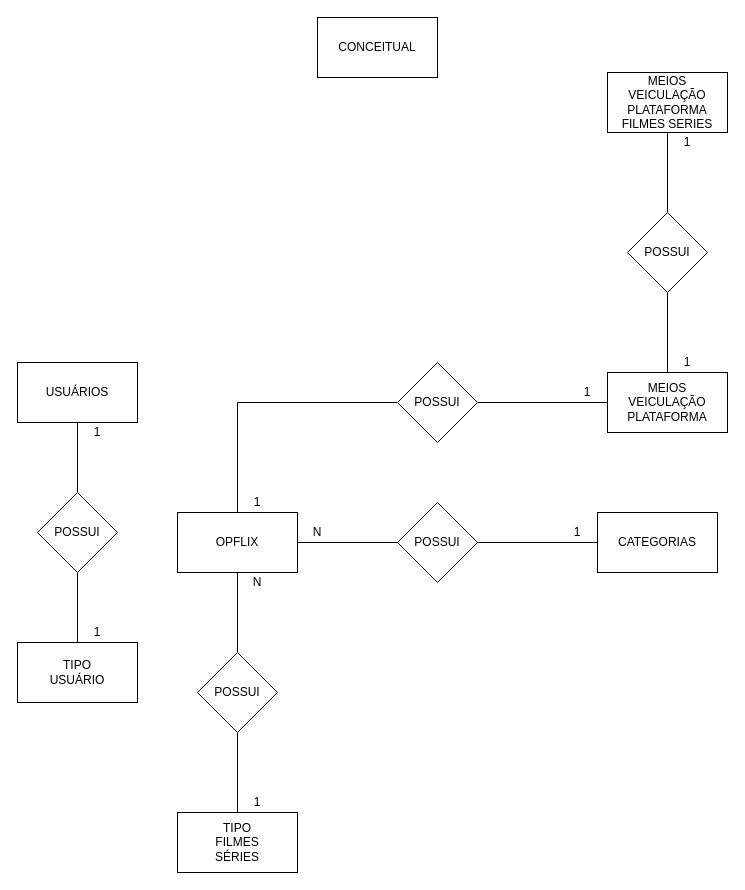
Earlier version of the draw.io diagram page "Conceitual" (1 of 2) of OpFlixBD/Modelagem-OpFlix.drawio (brunohesilva/2s2019-sprint-1-bd-OpFlix). Source tidied: cells renumbered, new cells numbered last; positions are measured from the earlier drawing's top-left corner, leaving out a move shared by most shapes. Both pictures are drawn from the tidied source at 100%, with x=0, y=0 at pixel (17, 17).
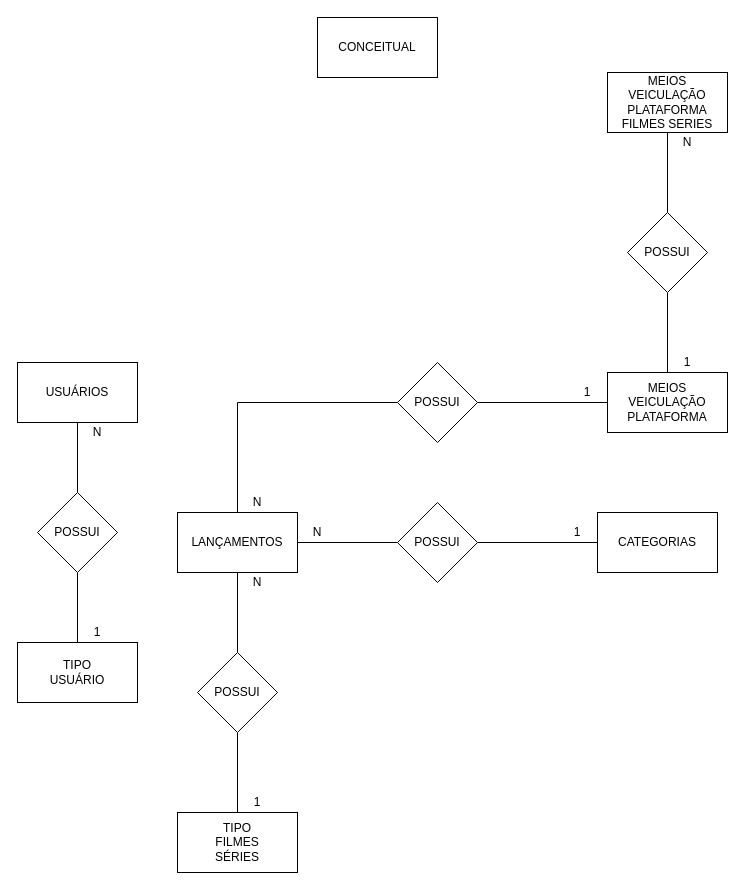
The same page after the edit.

Change to the diagram source:
```diff
@@
-    <mxCell id="5" value="OPFLIX" style="rounded=0;whiteSpace=wrap;html=1;" parent="1" vertex="1">
+    <mxCell id="5" value="LANÇAMENTOS" style="rounded=0;whiteSpace=wrap;html=1;" parent="1" vertex="1">
       <mxGeometry x="160" y="495" width="120" height="60" as="geometry" />
     </mxCell>
@@
-    <mxCell id="21" value="1" style="text;html=1;strokeColor=none;fillColor=none;align=center;verticalAlign=middle;whiteSpace=wrap;rounded=0;" parent="1" vertex="1">
+    <mxCell id="21" value="N" style="text;html=1;strokeColor=none;fillColor=none;align=center;verticalAlign=middle;whiteSpace=wrap;rounded=0;" parent="1" vertex="1">
       <mxGeometry x="60" y="405" width="40" height="20" as="geometry" />
     </mxCell>
@@
-    <mxCell id="30" value="1" style="text;html=1;strokeColor=none;fillColor=none;align=center;verticalAlign=middle;whiteSpace=wrap;rounded=0;" parent="1" vertex="1">
+    <mxCell id="30" value="N" style="text;html=1;strokeColor=none;fillColor=none;align=center;verticalAlign=middle;whiteSpace=wrap;rounded=0;" parent="1" vertex="1">
       <mxGeometry x="220" y="475" width="40" height="20" as="geometry" />
     </mxCell>
@@
-    <mxCell id="34" value="1" style="text;html=1;strokeColor=none;fillColor=none;align=center;verticalAlign=middle;whiteSpace=wrap;rounded=0;" parent="1" vertex="1">
+    <mxCell id="34" value="N" style="text;html=1;strokeColor=none;fillColor=none;align=center;verticalAlign=middle;whiteSpace=wrap;rounded=0;" parent="1" vertex="1">
       <mxGeometry x="650" y="115" width="40" height="20" as="geometry" />
     </mxCell>
```
